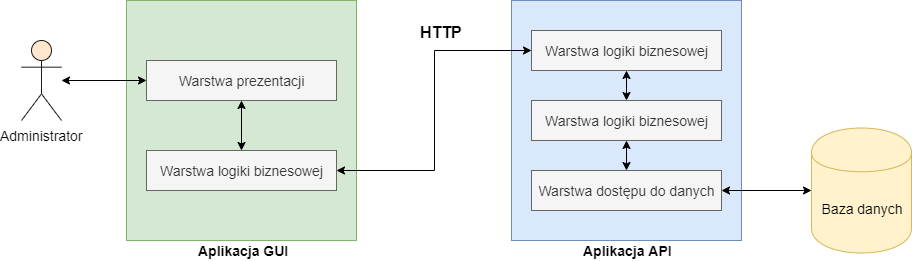
Before: docs/chapters/images/mngmt_subsystem_layers.png, a diagram exported from draw.io (adapiekarska/centralized-lock-system). Source tidied: cells renumbered, new cells last; positions are measured from the earlier drawing's top-left corner, leaving out a move shared by most shapes.
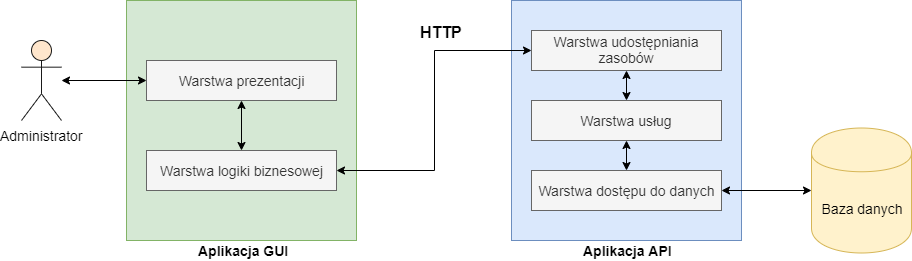
The same diagram one commit later.

Diff of the diagram source:
```diff
@@ -29,10 +29,10 @@
     <mxCell id="10" style="edgeStyle=orthogonalEdgeStyle;rounded=0;jettySize=auto;html=1;entryX=0.5;entryY=1;entryDx=0;entryDy=0;startArrow=classic;startFill=1;endArrow=classic;endFill=1;fontSize=14;" parent="1" edge="1" source="11" target="12">
       <mxGeometry relative="1" as="geometry" />
     </mxCell>
-    <mxCell id="11" value="Warstwa logiki biznesowej" style="rounded=0;whiteSpace=wrap;html=1;fontSize=14;fillColor=#f5f5f5;strokeColor=#666666;fontColor=#333333;" parent="1" vertex="1">
+    <mxCell id="11" value="Warstwa usług" style="rounded=0;whiteSpace=wrap;html=1;fontSize=14;fillColor=#f5f5f5;strokeColor=#666666;fontColor=#333333;" parent="1" vertex="1">
       <mxGeometry x="510" y="100" width="190" height="40" as="geometry" />
     </mxCell>
-    <mxCell id="12" value="Warstwa logiki biznesowej" style="rounded=0;whiteSpace=wrap;html=1;fontSize=14;fillColor=#f5f5f5;strokeColor=#666666;fontColor=#333333;" parent="1" vertex="1">
+    <mxCell id="12" value="Warstwa udostępniania zasobów" style="rounded=0;whiteSpace=wrap;html=1;fontSize=14;fillColor=#f5f5f5;strokeColor=#666666;fontColor=#333333;" parent="1" vertex="1">
       <mxGeometry x="510" y="30" width="190" height="40" as="geometry" />
     </mxCell>
     <mxCell id="13" value="Aplikacja API" style="text;html=1;align=left;verticalAlign=top;spacingTop=-4;fontSize=14;fontStyle=1;" parent="1" vertex="1">
```
